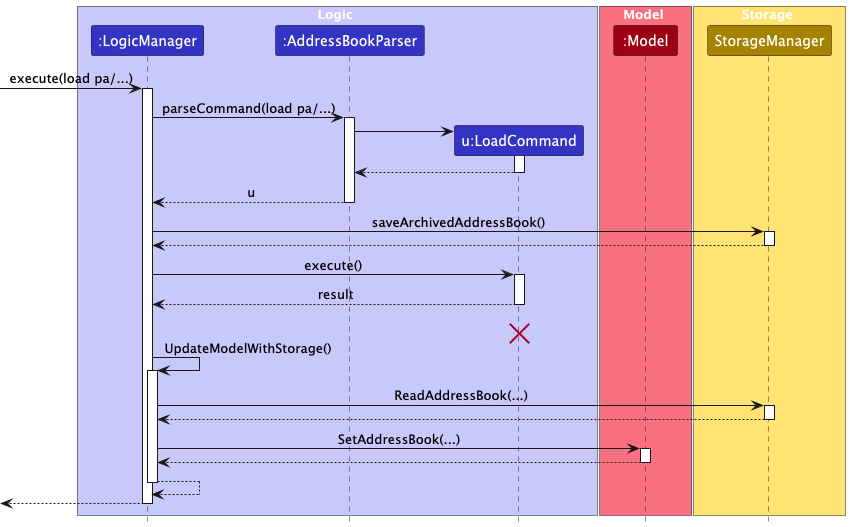
nus-cs2103-AY2425S1/tp keeps this PlantUML diagram as docs/images/LoadSequenceDiagram-Logic.png. Above is the earlier version.
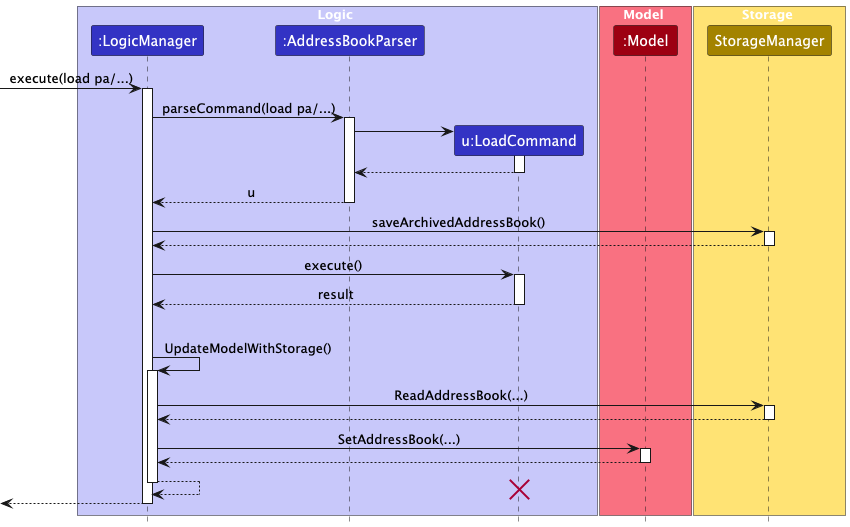
Above is the later version.

Commit message:
Use the sequence diagram of archive and load in the developer guide

Change to the diagram source:
```diff
@@ -44,7 +44,7 @@
 LoadCommand --> LogicManager : result
 deactivate LoadCommand
 LoadCommand -[hidden]-> LogicManager : result
-destroy LoadCommand
+
 
 LogicManager -> LogicManager : UpdateModelWithStorage()
 activate LogicManager
@@ -64,6 +64,8 @@
 LogicManager --> LogicManager
 deactivate LogicManager
 
+destroy LoadCommand
+
 [<--LogicManager
 deactivate LogicManager
 @enduml
```
